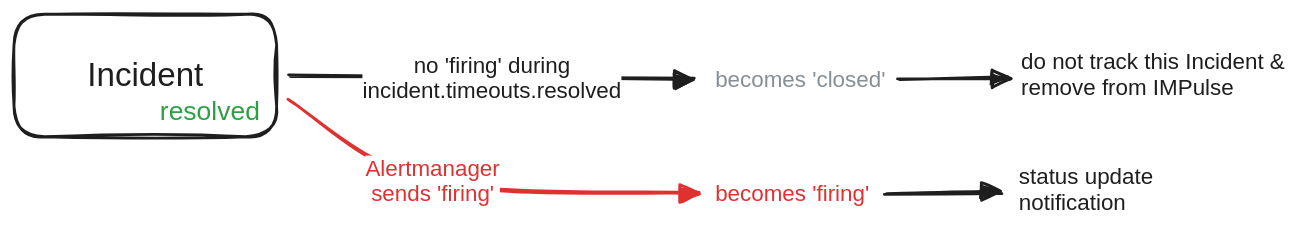
This is docs/content/media/incident_resolved.excalidraw.svg from eslupmi/impulse, a Excalidraw export, as it was before one commit. Source tidied: one line per element, renumbered; positions are measured from the earlier drawing's top-left corner, leaving out a move shared by most shapes.
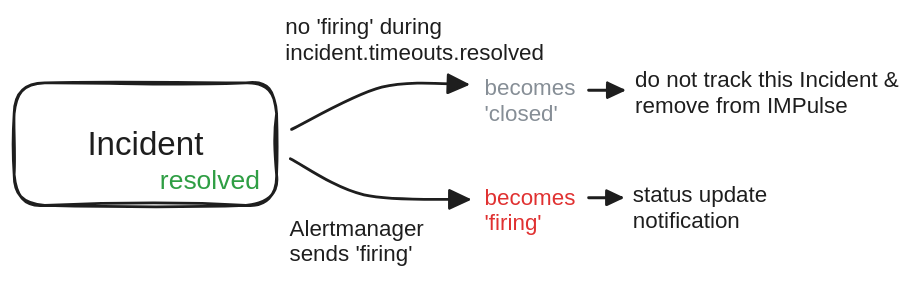
The same diagram one commit later.

The edit, as a diff of the source:
```diff
@@ -1,13 +1,13 @@
-{"id": 0, "type": "arrow", "strokeColor": "#1e1e1e", "strokeWidth": 2, "roughness": 1, "endArrowhead": "triangle", "round": true, "from": 2, "to": 5, "x": 197, "y": 45, "width": 288, "height": 2, "points": [[0, 0], [288, 2]]}
+{"id": 0, "type": "arrow", "strokeColor": "#1e1e1e", "strokeWidth": 2, "roughness": 0, "endArrowhead": "triangle", "round": true, "from": 2, "to": 1, "x": 198, "y": 33, "width": 125, "height": 32, "points": [[0, 0], [64, -30], [125, -32]]}
-{"id": 1, "type": "text", "text": "no 'firing' during\nincident.timeouts.resolved", "strokeColor": "#1e1e1e", "strokeWidth": 2, "roughness": 1, "fontSize": 16, "fontFamily": 2, "textAlign": "center", "verticalAlign": "middle", "inside": 0, "x": 231, "y": 17, "width": 185, "height": 37}
 {"id": 2, "type": "rectangle", "strokeColor": "#1e1e1e", "strokeWidth": 2, "roughness": 1, "round": true, "x": 0, "y": 0, "width": 188, "height": 88}
 {"id": 3, "type": "text", "text": "Incident", "strokeColor": "#1e1e1e", "strokeWidth": 2, "roughness": 1, "fontSize": 23.67, "fontFamily": 2, "textAlign": "center", "verticalAlign": "middle", "inside": 2, "x": 52, "y": 30, "width": 83, "height": 27}
 {"id": 4, "type": "text", "text": "resolved", "strokeColor": "#2f9e44", "strokeWidth": 2, "roughness": 1, "fontSize": 18.92, "fontFamily": 2, "textAlign": "center", "verticalAlign": "middle", "x": 104, "y": 58, "width": 71, "height": 22}
-{"id": 5, "type": "text", "text": "becomes 'closed'", "strokeColor": "#868e96", "strokeWidth": 2, "roughness": 1, "fontSize": 16, "fontFamily": 2, "x": 501, "y": 37, "width": 122, "height": 18}
+{"id": 5, "type": "text", "text": "becomes\n'closed'", "strokeColor": "#868e96", "strokeWidth": 2, "roughness": 1, "fontSize": 16, "fontFamily": 2, "x": 336, "y": -5, "width": 65, "height": 37}
-{"id": 6, "type": "arrow", "strokeColor": "#e03131", "strokeWidth": 2, "roughness": 1, "endArrowhead": "triangle", "round": true, "from": 2, "to": 8, "x": 197, "y": 62, "width": 292, "height": 66, "points": [[0, 0], [102, 57], [292, 66]]}
+{"id": 6, "type": "arrow", "strokeColor": "#1e1e1e", "strokeWidth": 2, "roughness": 0, "endArrowhead": "triangle", "round": true, "from": 2, "to": 8, "x": 197, "y": 54, "width": 127, "height": 29, "points": [[0, 0], [53, 26], [127, 29]]}
-{"id": 7, "type": "text", "text": "Alertmanager\nsends 'firing'", "strokeColor": "#e03131", "strokeWidth": 2, "roughness": 1, "fontSize": 16, "fontFamily": 2, "textAlign": "center", "verticalAlign": "middle", "inside": 6, "x": 251, "y": 101, "width": 96, "height": 37}
-{"id": 8, "type": "text", "text": "becomes 'firing'", "strokeColor": "#e03131", "strokeWidth": 2, "roughness": 1, "fontSize": 16, "fontFamily": 2, "x": 501, "y": 119, "width": 110, "height": 18}
+{"id": 8, "type": "text", "text": "becomes\n'firing'", "strokeColor": "#e03131", "strokeWidth": 2, "roughness": 1, "fontSize": 16, "fontFamily": 2, "x": 336, "y": 73, "width": 65, "height": 37}
-{"id": 9, "type": "text", "text": "do not track this Incident &\nremove from IMPulse", "strokeColor": "#1e1e1e", "strokeWidth": 2, "roughness": 1, "fontSize": 16, "fontFamily": 2, "x": 719, "y": 25, "width": 189, "height": 37}
+{"id": 9, "type": "text", "text": "do not track this Incident &\nremove from IMPulse", "strokeColor": "#1e1e1e", "strokeWidth": 2, "roughness": 1, "fontSize": 16, "fontFamily": 2, "x": 444, "y": -11, "width": 189, "height": 37}
-{"id": 10, "type": "text", "text": "status update\nnotification", "strokeColor": "#1e1e1e", "strokeWidth": 2, "roughness": 1, "fontSize": 16, "fontFamily": 2, "x": 718, "y": 107, "width": 96, "height": 37}
+{"id": 10, "type": "text", "text": "status update\nnotification", "strokeColor": "#1e1e1e", "strokeWidth": 2, "roughness": 1, "fontSize": 16, "fontFamily": 2, "x": 442, "y": 71, "width": 96, "height": 37}
-{"id": 11, "type": "arrow", "strokeColor": "#1e1e1e", "strokeWidth": 2, "roughness": 1, "endArrowhead": "triangle", "round": true, "from": 5, "to": 9, "x": 633, "y": 46, "width": 78, "height": 1, "points": [[0, 0], [78, -1]]}
+{"id": 11, "type": "arrow", "strokeColor": "#1e1e1e", "strokeWidth": 2, "roughness": 0, "endArrowhead": "triangle", "round": true, "from": 5, "to": 9, "x": 411, "y": 5, "width": 25, "height": 0, "points": [[0, 0], [25, 0]]}
-{"id": 12, "type": "arrow", "strokeColor": "#1e1e1e", "strokeWidth": 2, "roughness": 1, "endArrowhead": "triangle", "round": true, "from": 8, "to": 10, "x": 623, "y": 128, "width": 83, "height": 0, "points": [[0, 0], [83, 0]]}
+{"id": 12, "type": "arrow", "strokeColor": "#1e1e1e", "strokeWidth": 2, "roughness": 0, "endArrowhead": "triangle", "round": true, "from": 8, "to": 10, "x": 411, "y": 82, "width": 23, "height": 0, "points": [[0, 0], [23, 0]]}
+{"id": 7, "type": "text", "text": "Alertmanager\nsends 'firing'", "strokeColor": "#1e1e1e", "strokeWidth": 2, "roughness": 1, "fontSize": 16, "fontFamily": 2, "x": 197, "y": 95, "width": 96, "height": 37}
+{"id": 1, "type": "text", "text": "no 'firing' during\nincident.timeouts.resolved", "strokeColor": "#1e1e1e", "strokeWidth": 2, "roughness": 1, "fontSize": 16, "fontFamily": 2, "x": 194, "y": -49, "width": 185, "height": 37}
```
